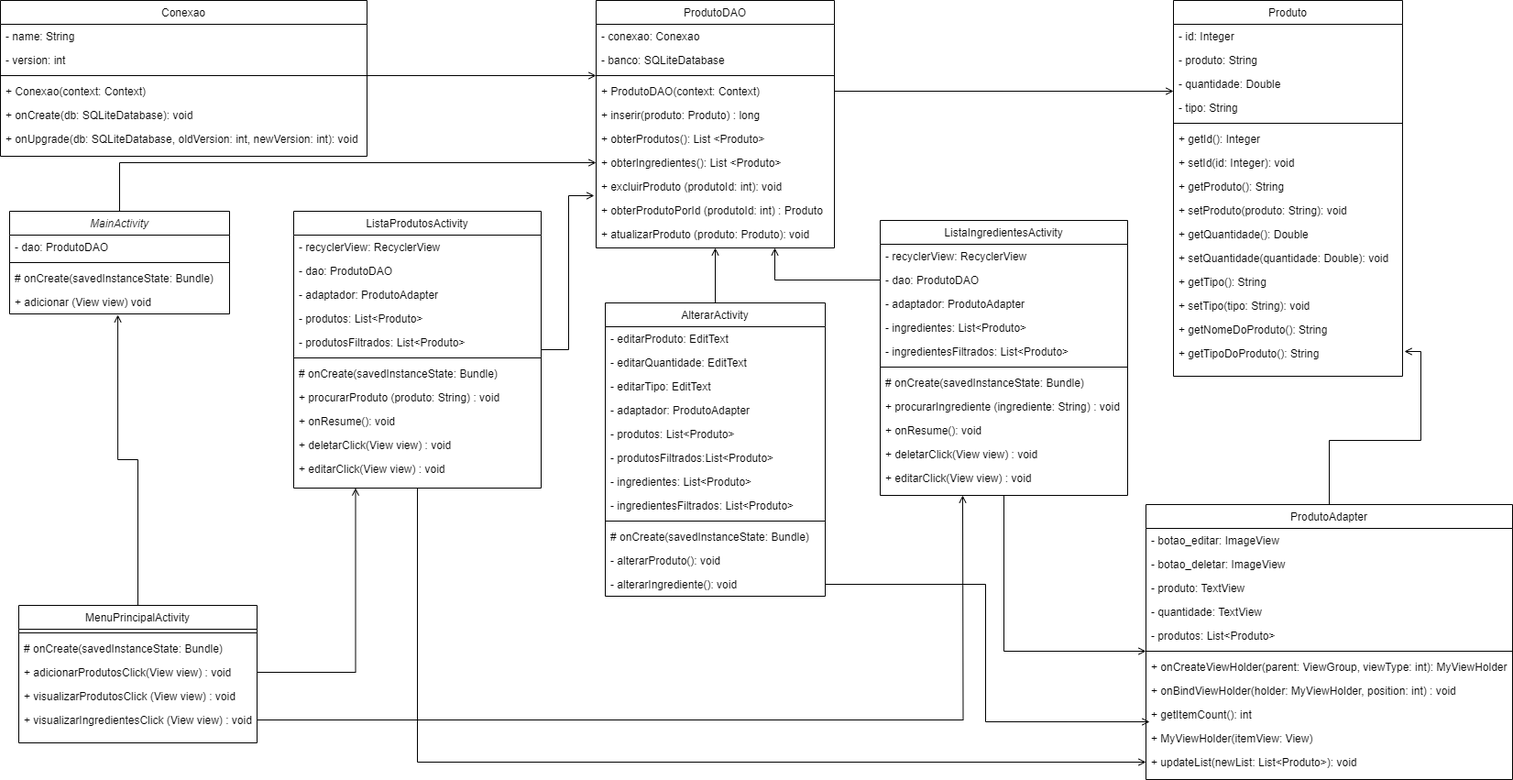
The draw.io diagram Diagrama de classe Gerenciador de Pizzaria.drawio.png in Stephmac1/gerenciador_Pizzaria, before a commit. Source tidied: cells renumbered, new cells last; positions are measured from the earlier drawing's top-left corner, leaving out a move shared by most shapes.
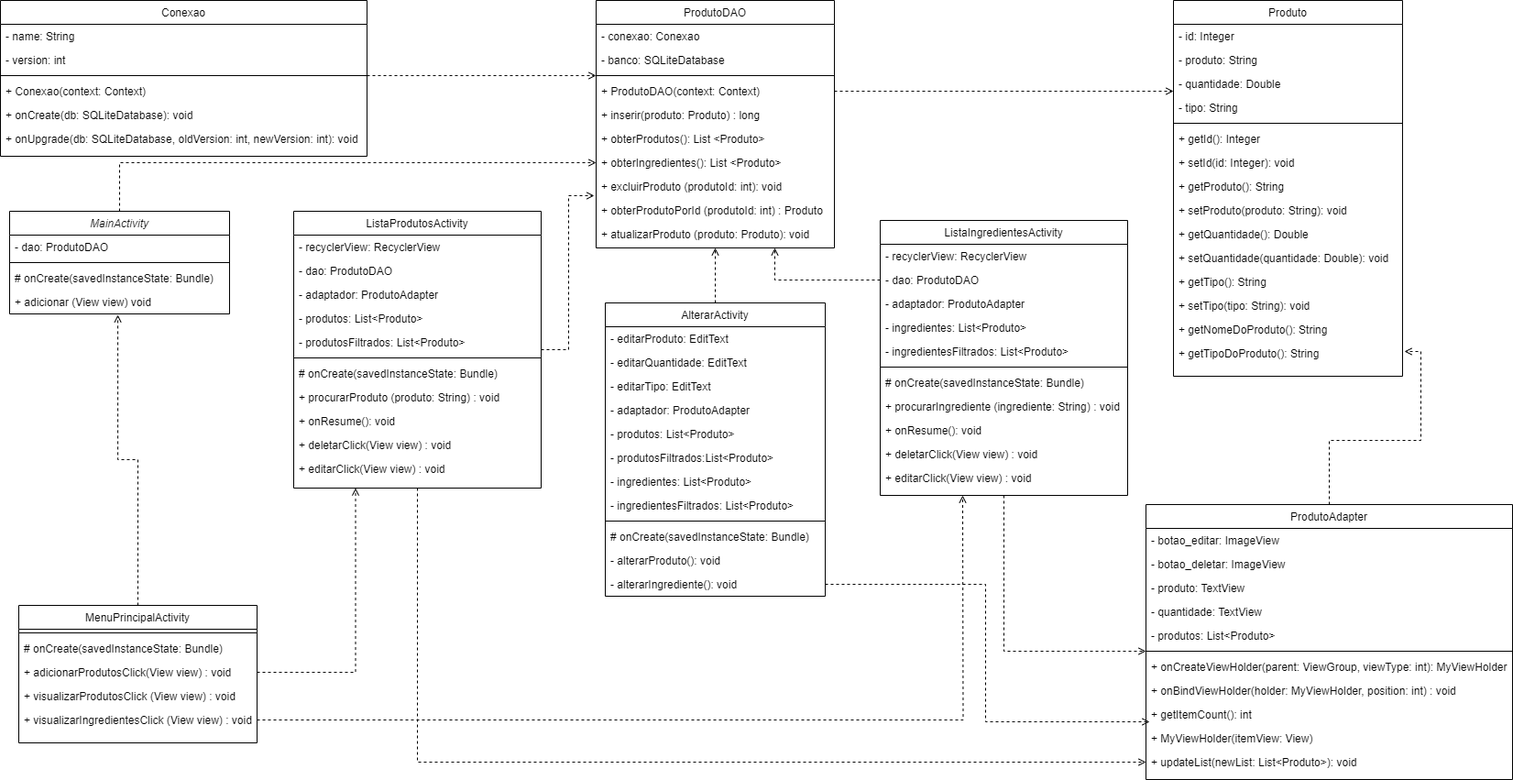
The same file after the commit.

The edit, as a diff of the source:
```diff
@@ -2,7 +2,7 @@
   <root>
     <mxCell id="0" />
     <mxCell id="1" parent="0" />
-    <mxCell id="2" style="edgeStyle=orthogonalEdgeStyle;rounded=0;jettySize=auto;html=1;entryX=0;entryY=0.5;entryDx=0;entryDy=0;endArrow=open;endFill=0;" parent="1" edge="1" source="3" target="89">
+    <mxCell id="2" style="edgeStyle=orthogonalEdgeStyle;rounded=0;jettySize=auto;html=1;entryX=0;entryY=0.5;entryDx=0;entryDy=0;endArrow=open;endFill=0;dashed=1;" parent="1" edge="1" source="3" target="89">
       <mxGeometry relative="1" as="geometry" />
     </mxCell>
     <mxCell id="3" value="MainActivity" style="swimlane;fontStyle=2;align=center;verticalAlign=top;horizontal=1;startSize=26;rounded=0;shadow=0;strokeWidth=1;" parent="1" vertex="1">
@@ -20,7 +20,7 @@
     <mxCell id="7" value="+ adicionar (View view) void" style="text;align=left;verticalAlign=top;spacingLeft=4;spacingRight=4;overflow=hidden;points=[[0,0.5],[1,0.5]];portConstraint=eastwest;" parent="3" vertex="1">
       <mxGeometry y="86" width="240" height="26" as="geometry" />
     </mxCell>
-    <mxCell id="8" style="edgeStyle=orthogonalEdgeStyle;rounded=0;jettySize=auto;html=1;endArrow=open;endFill=0;" parent="1" edge="1" source="9" target="65">
+    <mxCell id="8" style="edgeStyle=orthogonalEdgeStyle;rounded=0;jettySize=auto;html=1;endArrow=open;endFill=0;dashed=1;" parent="1" edge="1" source="9" target="65">
       <mxGeometry relative="1" as="geometry" />
     </mxCell>
     <mxCell id="9" value="ListaProdutosActivity" style="swimlane;fontStyle=0;align=center;verticalAlign=top;horizontal=1;startSize=26;rounded=0;shadow=0;strokeWidth=1;" parent="1" vertex="1">
@@ -59,7 +59,7 @@
     <mxCell id="20" value="+ editarClick(View view) : void" style="text;align=left;verticalAlign=top;spacingLeft=4;spacingRight=4;overflow=hidden;" parent="9" vertex="1">
       <mxGeometry y="268" width="270" height="26" as="geometry" />
     </mxCell>
-    <mxCell id="21" style="edgeStyle=orthogonalEdgeStyle;rounded=0;jettySize=auto;html=1;exitX=0.5;exitY=0;exitDx=0;exitDy=0;entryX=0.5;entryY=1;entryDx=0;entryDy=0;endArrow=open;endFill=0;" parent="1" edge="1" source="22" target="82">
+    <mxCell id="21" style="edgeStyle=orthogonalEdgeStyle;rounded=0;jettySize=auto;html=1;exitX=0.5;exitY=0;exitDx=0;exitDy=0;entryX=0.5;entryY=1;entryDx=0;entryDy=0;endArrow=open;endFill=0;dashed=1;" parent="1" edge="1" source="22" target="82">
       <mxGeometry relative="1" as="geometry" />
     </mxCell>
     <mxCell id="22" value="AlterarActivity" style="swimlane;fontStyle=0;align=center;verticalAlign=top;horizontal=1;startSize=26;rounded=0;shadow=0;strokeWidth=1;" parent="1" vertex="1">
@@ -116,7 +116,7 @@
     <mxCell id="39" value="+ visualizarProdutosClick (View view) : void" style="text;align=left;verticalAlign=top;spacingLeft=4;spacingRight=4;overflow=hidden;" parent="35" vertex="1">
       <mxGeometry y="86" width="260" height="26" as="geometry" />
     </mxCell>
-    <mxCell id="40" style="edgeStyle=orthogonalEdgeStyle;rounded=0;jettySize=auto;html=1;endArrow=open;endFill=0;" parent="35" edge="1" source="41">
+    <mxCell id="40" style="edgeStyle=orthogonalEdgeStyle;rounded=0;jettySize=auto;html=1;endArrow=open;endFill=0;dashed=1;" parent="35" edge="1" source="41">
       <mxGeometry relative="1" as="geometry">
         <mxPoint x="1030" y="-120" as="targetPoint" />
       </mxGeometry>
@@ -298,31 +298,31 @@
     <mxCell id="99" value="+ onUpgrade(db: SQLiteDatabase, oldVersion: int, newVersion: int): void" style="text;align=left;verticalAlign=top;spacingLeft=4;spacingRight=4;overflow=hidden;rounded=0;shadow=0;html=0;" parent="93" vertex="1">
       <mxGeometry y="138" width="400" height="26" as="geometry" />
     </mxCell>
-    <mxCell id="100" style="edgeStyle=orthogonalEdgeStyle;rounded=0;jettySize=auto;html=1;entryX=0;entryY=-0.154;entryDx=0;entryDy=0;entryPerimeter=0;endArrow=open;endFill=0;" parent="1" edge="1" source="96" target="86">
+    <mxCell id="100" style="edgeStyle=orthogonalEdgeStyle;rounded=0;jettySize=auto;html=1;entryX=0;entryY=-0.154;entryDx=0;entryDy=0;entryPerimeter=0;endArrow=open;endFill=0;dashed=1;" parent="1" edge="1" source="96" target="86">
       <mxGeometry relative="1" as="geometry" />
     </mxCell>
-    <mxCell id="101" style="edgeStyle=orthogonalEdgeStyle;rounded=0;jettySize=auto;html=1;exitX=1;exitY=0.5;exitDx=0;exitDy=0;entryX=0;entryY=-0.192;entryDx=0;entryDy=0;entryPerimeter=0;endArrow=open;endFill=0;" parent="1" edge="1" source="86" target="70">
+    <mxCell id="101" style="edgeStyle=orthogonalEdgeStyle;rounded=0;jettySize=auto;html=1;exitX=1;exitY=0.5;exitDx=0;exitDy=0;entryX=0;entryY=-0.192;entryDx=0;entryDy=0;entryPerimeter=0;endArrow=open;endFill=0;dashed=1;" parent="1" edge="1" source="86" target="70">
       <mxGeometry relative="1" as="geometry" />
     </mxCell>
-    <mxCell id="102" style="edgeStyle=orthogonalEdgeStyle;rounded=0;jettySize=auto;html=1;entryX=1.008;entryY=0.289;entryDx=0;entryDy=0;entryPerimeter=0;endArrow=open;endFill=0;" parent="1" edge="1" source="54" target="81">
+    <mxCell id="102" style="edgeStyle=orthogonalEdgeStyle;rounded=0;jettySize=auto;html=1;entryX=1.008;entryY=0.289;entryDx=0;entryDy=0;entryPerimeter=0;endArrow=open;endFill=0;dashed=1;" parent="1" edge="1" source="54" target="81">
       <mxGeometry relative="1" as="geometry" />
     </mxCell>
-    <mxCell id="103" style="edgeStyle=orthogonalEdgeStyle;rounded=0;jettySize=auto;html=1;exitX=0.5;exitY=1;exitDx=0;exitDy=0;entryX=0;entryY=-0.154;entryDx=0;entryDy=0;entryPerimeter=0;endArrow=open;endFill=0;" parent="1" edge="1" source="42" target="61">
+    <mxCell id="103" style="edgeStyle=orthogonalEdgeStyle;rounded=0;jettySize=auto;html=1;exitX=0.5;exitY=1;exitDx=0;exitDy=0;entryX=0;entryY=-0.154;entryDx=0;entryDy=0;entryPerimeter=0;endArrow=open;endFill=0;dashed=1;" parent="1" edge="1" source="42" target="61">
       <mxGeometry relative="1" as="geometry" />
     </mxCell>
-    <mxCell id="104" style="edgeStyle=orthogonalEdgeStyle;rounded=0;jettySize=auto;html=1;entryX=0.01;entryY=-0.192;entryDx=0;entryDy=0;entryPerimeter=0;endArrow=open;endFill=0;" parent="1" edge="1" source="34" target="64">
+    <mxCell id="104" style="edgeStyle=orthogonalEdgeStyle;rounded=0;jettySize=auto;html=1;entryX=0.01;entryY=-0.192;entryDx=0;entryDy=0;entryPerimeter=0;endArrow=open;endFill=0;dashed=1;" parent="1" edge="1" source="34" target="64">
       <mxGeometry relative="1" as="geometry" />
     </mxCell>
-    <mxCell id="105" style="edgeStyle=orthogonalEdgeStyle;rounded=0;jettySize=auto;html=1;entryX=-0.008;entryY=-0.115;entryDx=0;entryDy=0;entryPerimeter=0;endArrow=open;endFill=0;" parent="1" edge="1" source="9" target="91">
+    <mxCell id="105" style="edgeStyle=orthogonalEdgeStyle;rounded=0;jettySize=auto;html=1;entryX=-0.008;entryY=-0.115;entryDx=0;entryDy=0;entryPerimeter=0;endArrow=open;endFill=0;dashed=1;" parent="1" edge="1" source="9" target="91">
       <mxGeometry relative="1" as="geometry" />
     </mxCell>
-    <mxCell id="106" style="edgeStyle=orthogonalEdgeStyle;rounded=0;jettySize=auto;html=1;entryX=0.75;entryY=1;entryDx=0;entryDy=0;endArrow=open;endFill=0;" parent="1" edge="1" source="44" target="82">
+    <mxCell id="106" style="edgeStyle=orthogonalEdgeStyle;rounded=0;jettySize=auto;html=1;entryX=0.75;entryY=1;entryDx=0;entryDy=0;endArrow=open;endFill=0;dashed=1;" parent="1" edge="1" source="44" target="82">
       <mxGeometry relative="1" as="geometry" />
     </mxCell>
-    <mxCell id="107" style="edgeStyle=orthogonalEdgeStyle;rounded=0;jettySize=auto;html=1;entryX=0.492;entryY=1.038;entryDx=0;entryDy=0;entryPerimeter=0;endArrow=open;endFill=0;" parent="1" edge="1" source="35" target="7">
+    <mxCell id="107" style="edgeStyle=orthogonalEdgeStyle;rounded=0;jettySize=auto;html=1;entryX=0.492;entryY=1.038;entryDx=0;entryDy=0;entryPerimeter=0;endArrow=open;endFill=0;dashed=1;" parent="1" edge="1" source="35" target="7">
       <mxGeometry relative="1" as="geometry" />
     </mxCell>
-    <mxCell id="108" style="edgeStyle=orthogonalEdgeStyle;rounded=0;jettySize=auto;html=1;exitX=1;exitY=0.5;exitDx=0;exitDy=0;entryX=0.25;entryY=1;entryDx=0;entryDy=0;endArrow=open;endFill=0;" parent="1" edge="1" source="38" target="9">
+    <mxCell id="108" style="edgeStyle=orthogonalEdgeStyle;rounded=0;jettySize=auto;html=1;exitX=1;exitY=0.5;exitDx=0;exitDy=0;entryX=0.25;entryY=1;entryDx=0;entryDy=0;endArrow=open;endFill=0;dashed=1;" parent="1" edge="1" source="38" target="9">
       <mxGeometry relative="1" as="geometry" />
     </mxCell>
   </root>
```
